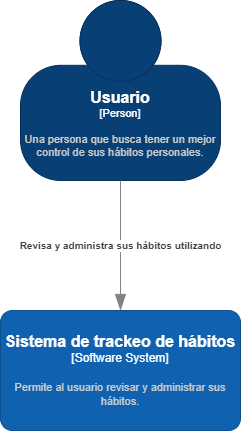
The draw.io diagram 5/5.1/C4-Context.png in ulima-arqui242/arqui242-grupo6, before a commit. Source tidied: cells renumbered, new cells last; positions are measured from the earlier drawing's top-left corner, leaving out a move shared by most shapes.
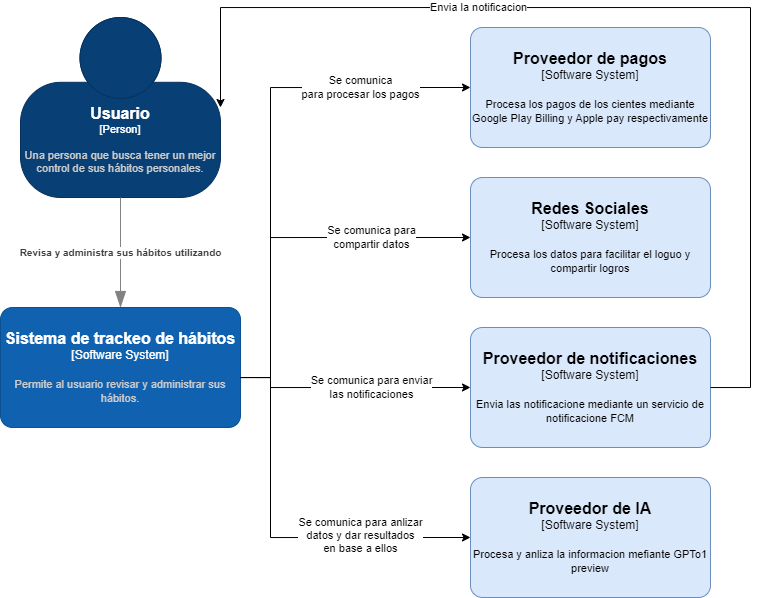
Above is the later version.

The edit, as a diff of the source:
```diff
@@ -4,18 +4,106 @@
     <mxCell id="1" parent="0" />
     <object id="2" label="&lt;font style=&quot;font-size: 16px&quot;&gt;&lt;b&gt;%c4Name%&lt;/b&gt;&lt;/font&gt;&lt;div&gt;[%c4Type%]&lt;/div&gt;&lt;br&gt;&lt;div&gt;&lt;font style=&quot;font-size: 11px&quot;&gt;&lt;font color=&quot;#cccccc&quot;&gt;%c4Description%&lt;/font&gt;&lt;/div&gt;" c4Description="Una persona que busca tener un mejor control de sus hábitos personales." c4Name="Usuario" c4Type="Person" placeholders="1">
       <mxCell style="html=1;fontSize=11;dashed=0;whiteSpace=wrap;fillColor=#083F75;strokeColor=#06315C;fontColor=#ffffff;shape=mxgraph.c4.person2;align=center;points=[[0.5,0,0],[1,0.5,0],[1,0.75,0],[0.75,1,0],[0.5,1,0],[0.25,1,0],[0,0.75,0],[0,0.5,0]];" parent="1" vertex="1">
-        <mxGeometry x="20" width="200" height="180" as="geometry" />
+        <mxGeometry x="-220" y="-30" width="200" height="180" as="geometry" />
       </mxCell>
     </object>
     <object id="3" label="&lt;font style=&quot;font-size: 16px&quot;&gt;&lt;b&gt;%c4Name%&lt;/b&gt;&lt;/font&gt;&lt;div&gt;[%c4Type%]&lt;/div&gt;&lt;br&gt;&lt;div&gt;&lt;font style=&quot;font-size: 11px&quot;&gt;&lt;font color=&quot;#cccccc&quot;&gt;%c4Description%&lt;/font&gt;&lt;/div&gt;" c4Description="Permite al usuario revisar y administrar sus hábitos." c4Name="Sistema de trackeo de hábitos" c4Type="Software System" placeholders="1">
       <mxCell style="rounded=1;whiteSpace=wrap;html=1;labelBackgroundColor=none;fillColor=#1061B0;fontColor=#ffffff;align=center;arcSize=10;strokeColor=#0D5091;points=[[0.25,0,0],[0.5,0,0],[0.75,0,0],[1,0.25,0],[1,0.5,0],[1,0.75,0],[0.75,1,0],[0.5,1,0],[0.25,1,0],[0,0.75,0],[0,0.5,0],[0,0.25,0]];" parent="1" vertex="1">
-        <mxGeometry y="310" width="240" height="120" as="geometry" />
+        <mxGeometry x="-240" y="260" width="240" height="120" as="geometry" />
       </mxCell>
     </object>
     <object id="4" label="&lt;div style=&quot;text-align: left&quot;&gt;&lt;div style=&quot;text-align: center&quot;&gt;&lt;b&gt;%c4Description%&lt;/b&gt;&lt;/div&gt;" c4Description="Revisa y administra sus hábitos utilizando" c4Type="Relationship" placeholders="1">
-      <mxCell style="endArrow=blockThin;html=1;fontSize=10;fontColor=#404040;strokeWidth=1;endFill=1;strokeColor=#828282;elbow=vertical;endSize=14;startSize=14;jumpStyle=arc;jumpSize=16;rounded=0;edgeStyle=orthogonalEdgeStyle;exitX=0.5;exitY=1;exitDx=0;exitDy=0;exitPerimeter=0;entryX=0.5;entryY=0;entryDx=0;entryDy=0;entryPerimeter=0;" parent="1" edge="1" source="2" target="3">
-        <mxGeometry relative="1" as="geometry" />
+      <mxCell style="endArrow=blockThin;html=1;fontSize=10;fontColor=#404040;strokeWidth=1;endFill=1;strokeColor=#828282;elbow=vertical;endSize=14;startSize=14;jumpStyle=arc;jumpSize=16;rounded=0;edgeStyle=orthogonalEdgeStyle;exitX=0.5;exitY=1;exitDx=0;exitDy=0;exitPerimeter=0;entryX=0.5;entryY=0;entryDx=0;entryDy=0;entryPerimeter=0;" parent="1" edge="1" source="2">
+        <mxGeometry relative="1" as="geometry">
+          <mxPoint x="-120" y="260" as="targetPoint" />
+        </mxGeometry>
       </mxCell>
     </object>
+    <object id="5" label="&lt;font style=&quot;font-size: 16px&quot;&gt;&lt;b&gt;%c4Name%&lt;/b&gt;&lt;/font&gt;&lt;div&gt;[%c4Type%]&lt;/div&gt;&lt;br&gt;&lt;div&gt;&lt;font style=&quot;font-size: 11px&quot;&gt;&lt;font&gt;%c4Description%&lt;/font&gt;&lt;/font&gt;&lt;/div&gt;" c4Description="Procesa los pagos de los cientes mediante Google Play Billing y Apple pay respectivamente" c4Name="Proveedor de pagos" c4Type="Software System" placeholders="1">
+      <mxCell style="rounded=1;whiteSpace=wrap;html=1;labelBackgroundColor=none;fillColor=#dae8fc;align=center;arcSize=10;strokeColor=#6c8ebf;points=[[0.25,0,0],[0.5,0,0],[0.75,0,0],[1,0.25,0],[1,0.5,0],[1,0.75,0],[0.75,1,0],[0.5,1,0],[0.25,1,0],[0,0.75,0],[0,0.5,0],[0,0.25,0]];fontColor=default;" parent="1" vertex="1">
+        <mxGeometry x="230" y="-20" width="240" height="120" as="geometry" />
+      </mxCell>
+    </object>
+    <mxCell id="6" style="edgeStyle=orthogonalEdgeStyle;rounded=0;jettySize=auto;html=1;entryX=0;entryY=0.5;entryDx=0;entryDy=0;entryPerimeter=0;" parent="1" edge="1" target="5">
+      <mxGeometry relative="1" as="geometry">
+        <mxPoint y="330" as="sourcePoint" />
+        <Array as="points">
+          <mxPoint x="30" y="330" />
+          <mxPoint x="30" y="40" />
+        </Array>
+      </mxGeometry>
+    </mxCell>
+    <mxCell id="7" value="Se comunica&lt;div&gt;para procesar los pagos&lt;/div&gt;" style="edgeLabel;html=1;align=center;verticalAlign=middle;" parent="6" vertex="1">
+      <mxGeometry y="2" relative="1" as="geometry">
+        <mxPoint x="92" y="-61" as="offset" />
+      </mxGeometry>
+    </mxCell>
+    <object id="8" label="&lt;font style=&quot;font-size: 16px&quot;&gt;&lt;b&gt;%c4Name%&lt;/b&gt;&lt;/font&gt;&lt;div&gt;[%c4Type%]&lt;/div&gt;&lt;br&gt;&lt;div&gt;&lt;font style=&quot;font-size: 11px&quot;&gt;&lt;font&gt;%c4Description%&lt;/font&gt;&lt;/font&gt;&lt;/div&gt;" c4Description="Procesa los datos para facilitar el loguo y compartir logros" c4Name="Redes Sociales" c4Type="Software System" placeholders="1">
+      <mxCell style="rounded=1;whiteSpace=wrap;html=1;labelBackgroundColor=none;fillColor=#dae8fc;align=center;arcSize=10;strokeColor=#6c8ebf;fontColor=default;" parent="1" vertex="1">
+        <mxGeometry x="230" y="130" width="240" height="120" as="geometry" />
+      </mxCell>
+    </object>
+    <mxCell id="9" style="edgeStyle=orthogonalEdgeStyle;rounded=0;jettySize=auto;html=1;" parent="1" edge="1" source="3">
+      <mxGeometry relative="1" as="geometry">
+        <mxPoint x="230" y="190" as="targetPoint" />
+        <Array as="points">
+          <mxPoint x="30" y="330" />
+          <mxPoint x="30" y="190" />
+        </Array>
+      </mxGeometry>
+    </mxCell>
+    <mxCell id="10" value="Se comunica para&lt;div&gt;compartir datos&lt;/div&gt;" style="edgeLabel;html=1;align=center;verticalAlign=middle;" parent="9" vertex="1">
+      <mxGeometry x="0.27" y="-1" relative="1" as="geometry">
+        <mxPoint x="35" y="-1" as="offset" />
+      </mxGeometry>
+    </mxCell>
+    <object id="11" label="&lt;font style=&quot;font-size: 16px&quot;&gt;&lt;b&gt;%c4Name%&lt;/b&gt;&lt;/font&gt;&lt;div&gt;[%c4Type%]&lt;/div&gt;&lt;br&gt;&lt;div&gt;&lt;font style=&quot;font-size: 11px&quot;&gt;&lt;font&gt;%c4Description%&lt;/font&gt;&lt;/font&gt;&lt;/div&gt;" c4Description="Envia las notificacione mediante un servicio de notificacione FCM" c4Name="Proveedor de notificaciones" c4Type="Software System" placeholders="1">
+      <mxCell style="rounded=1;whiteSpace=wrap;html=1;labelBackgroundColor=none;fillColor=#dae8fc;align=center;arcSize=10;strokeColor=#6c8ebf;points=[[0.25,0,0],[0.5,0,0],[0.75,0,0],[1,0.25,0],[1,0.5,0],[1,0.75,0],[0.75,1,0],[0.5,1,0],[0.25,1,0],[0,0.75,0],[0,0.5,0],[0,0.25,0]];fontColor=default;" parent="1" vertex="1">
+        <mxGeometry x="230" y="280" width="240" height="120" as="geometry" />
+      </mxCell>
+    </object>
+    <mxCell id="12" style="edgeStyle=orthogonalEdgeStyle;rounded=0;jettySize=auto;html=1;entryX=0;entryY=0.5;entryDx=0;entryDy=0;entryPerimeter=0;" parent="1" edge="1" source="3" target="11">
+      <mxGeometry relative="1" as="geometry">
+        <Array as="points">
+          <mxPoint x="30" y="330" />
+          <mxPoint x="30" y="340" />
+        </Array>
+      </mxGeometry>
+    </mxCell>
+    <mxCell id="13" value="Se comunica para enviar&lt;div&gt;las notificaciones&lt;/div&gt;" style="edgeLabel;html=1;align=center;verticalAlign=middle;" parent="12" vertex="1">
+      <mxGeometry x="0.35" y="1" relative="1" as="geometry">
+        <mxPoint x="-22" y="1" as="offset" />
+      </mxGeometry>
+    </mxCell>
+    <object id="14" label="&lt;font style=&quot;font-size: 16px&quot;&gt;&lt;b&gt;%c4Name%&lt;/b&gt;&lt;/font&gt;&lt;div&gt;[%c4Type%]&lt;/div&gt;&lt;br&gt;&lt;div&gt;&lt;font style=&quot;font-size: 11px&quot;&gt;&lt;font&gt;%c4Description%&lt;/font&gt;&lt;/font&gt;&lt;/div&gt;" c4Description="Procesa y anliza la informacion mefiante GPTo1 preview" c4Name="Proveedor de IA" c4Type="Software System" placeholders="1">
+      <mxCell style="rounded=1;whiteSpace=wrap;html=1;labelBackgroundColor=none;fillColor=#dae8fc;align=center;arcSize=10;strokeColor=#6c8ebf;points=[[0.25,0,0],[0.5,0,0],[0.75,0,0],[1,0.25,0],[1,0.5,0],[1,0.75,0],[0.75,1,0],[0.5,1,0],[0.25,1,0],[0,0.75,0],[0,0.5,0],[0,0.25,0]];fontColor=default;" parent="1" vertex="1">
+        <mxGeometry x="230" y="430" width="240" height="120" as="geometry" />
+      </mxCell>
+    </object>
+    <mxCell id="15" style="edgeStyle=orthogonalEdgeStyle;rounded=0;jettySize=auto;html=1;entryX=0;entryY=0.5;entryDx=0;entryDy=0;entryPerimeter=0;" parent="1" edge="1" source="3" target="14">
+      <mxGeometry relative="1" as="geometry">
+        <Array as="points">
+          <mxPoint x="30" y="330" />
+          <mxPoint x="30" y="490" />
+        </Array>
+      </mxGeometry>
+    </mxCell>
+    <mxCell id="16" value="Se comunica para anlizar&lt;div&gt;datos y dar resultados&lt;/div&gt;&lt;div&gt;en base a ellos&lt;/div&gt;" style="edgeLabel;html=1;align=center;verticalAlign=middle;" parent="15" vertex="1">
+      <mxGeometry x="0.43" y="2" relative="1" as="geometry" />
+    </mxCell>
+    <mxCell id="17" style="edgeStyle=orthogonalEdgeStyle;rounded=0;jettySize=auto;html=1;entryX=1;entryY=0.5;entryDx=0;entryDy=0;entryPerimeter=0;" parent="1" edge="1" source="11" target="2">
+      <mxGeometry relative="1" as="geometry">
+        <Array as="points">
+          <mxPoint x="510" y="340" />
+          <mxPoint x="510" y="-40" />
+          <mxPoint x="-20" y="-40" />
+        </Array>
+      </mxGeometry>
+    </mxCell>
+    <mxCell id="18" value="Envia la notificacion" style="edgeLabel;html=1;align=center;verticalAlign=middle;" parent="17" vertex="1">
+      <mxGeometry x="0.32" y="-1" relative="1" as="geometry">
+        <mxPoint y="1" as="offset" />
+      </mxGeometry>
+    </mxCell>
   </root>
 </mxGraphModel>
```
